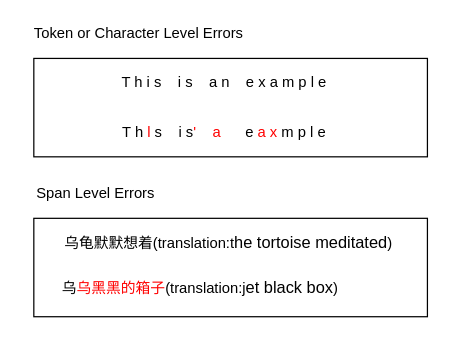
This is token-level-span-level-ecml2021.drawio from WeipingFu/drawio, a draw.io file, before an edit. Source tidied: cells renumbered, new cells numbered last; positions are measured from the earlier drawing's top-left corner, leaving out a move shared by most shapes. Both pictures are drawn from the tidied source at 123%, with x=0, y=0 at pixel (21, 21).
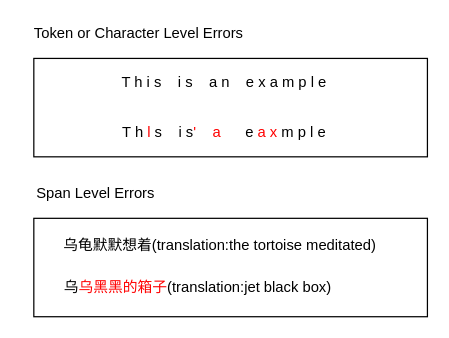
Above is the later version.

Change to the diagram source:
```diff
@@
 <mxGraphModel>
   <root>
     <mxCell id="0" />
     <mxCell id="1" parent="0" />
     <mxCell id="2" style="rounded=0;whiteSpace=wrap;html=1;" parent="1" vertex="1">
       <mxGeometry x="10" y="30" width="320" height="80" as="geometry" />
     </mxCell>
     <mxCell id="3" value="Token or Character Level Errors" style="text;html=1;align=center;verticalAlign=middle;strokeColor=none;" parent="1" vertex="1">
       <mxGeometry width="190" height="20" as="geometry" />
     </mxCell>
     <mxCell id="4" value="T h i s&amp;nbsp; &amp;nbsp; i s&amp;nbsp; &amp;nbsp; a n&amp;nbsp; &amp;nbsp; e x a m p l e" style="text;html=1;strokeColor=none;fillColor=none;align=center;verticalAlign=middle;whiteSpace=wrap;rounded=0;" parent="1" vertex="1">
       <mxGeometry x="30" y="40" width="270" height="20" as="geometry" />
     </mxCell>
     <mxCell id="5" value="T h&lt;font color=&quot;#ff0000&quot;&gt; l &lt;/font&gt;s&amp;nbsp; &amp;nbsp; i s&lt;font color=&quot;#ff0000&quot;&gt;'&lt;/font&gt;&amp;nbsp; &amp;nbsp;&lt;font color=&quot;#ff0000&quot;&gt; a&amp;nbsp;&lt;/font&gt;&amp;nbsp; &amp;nbsp; &amp;nbsp;e &lt;font color=&quot;#ff0000&quot;&gt;a x&lt;/font&gt; m p l e" style="text;html=1;strokeColor=none;fillColor=none;align=center;verticalAlign=middle;whiteSpace=wrap;rounded=0;" parent="1" vertex="1">
       <mxGeometry x="30" y="80" width="270" height="20" as="geometry" />
     </mxCell>
     <mxCell id="6" style="rounded=0;whiteSpace=wrap;html=1;" parent="1" vertex="1">
       <mxGeometry x="10" y="160" width="320" height="80" as="geometry" />
     </mxCell>
     <mxCell id="7" value="Span Level Errors" style="text;html=1;align=center;verticalAlign=middle;strokeColor=none;" parent="1" vertex="1">
       <mxGeometry x="5" y="130" width="110" height="20" as="geometry" />
     </mxCell>
-    <mxCell id="8" value="乌龟默默想着(translation:t&lt;span style=&quot;font-family: &amp;#34;nimbusromno9l&amp;#34; ; font-size: 10pt&quot;&gt;he tortoise meditated&lt;/span&gt;)" style="text;html=1;align=center;verticalAlign=middle;strokeColor=none;" parent="1" vertex="1">
-      <mxGeometry x="23" y="170" width="290" height="20" as="geometry" />
+    <mxCell id="8" value="乌龟默默想着(translation:the tortoise meditated)" style="text;html=1;align=center;verticalAlign=middle;strokeColor=none;" parent="1" vertex="1">
+      <mxGeometry x="29" y="173" width="264" height="18" as="geometry" />
     </mxCell>
-    <mxCell id="9" value="乌&lt;font color=&quot;#ff0000&quot;&gt;乌黑黑的箱子&lt;/font&gt;(translation:j&lt;span style=&quot;font-family: &amp;#34;nimbusromno9l&amp;#34; ; font-size: 10pt&quot;&gt;et black box&lt;/span&gt;)" style="text;html=1;align=center;verticalAlign=middle;strokeColor=none;" parent="1" vertex="1">
-      <mxGeometry x="20" y="206" width="250" height="20" as="geometry" />
+    <mxCell id="9" value="乌&lt;font color=&quot;#ff0000&quot;&gt;乌黑黑的箱子&lt;/font&gt;(translation:&lt;font style=&quot;font-size: 12px&quot;&gt;jet black box&lt;/font&gt;)" style="text;html=1;align=center;verticalAlign=middle;strokeColor=none;" parent="1" vertex="1">
+      <mxGeometry x="29" y="207" width="227" height="18" as="geometry" />
     </mxCell>
   </root>
 </mxGraphModel>
```
